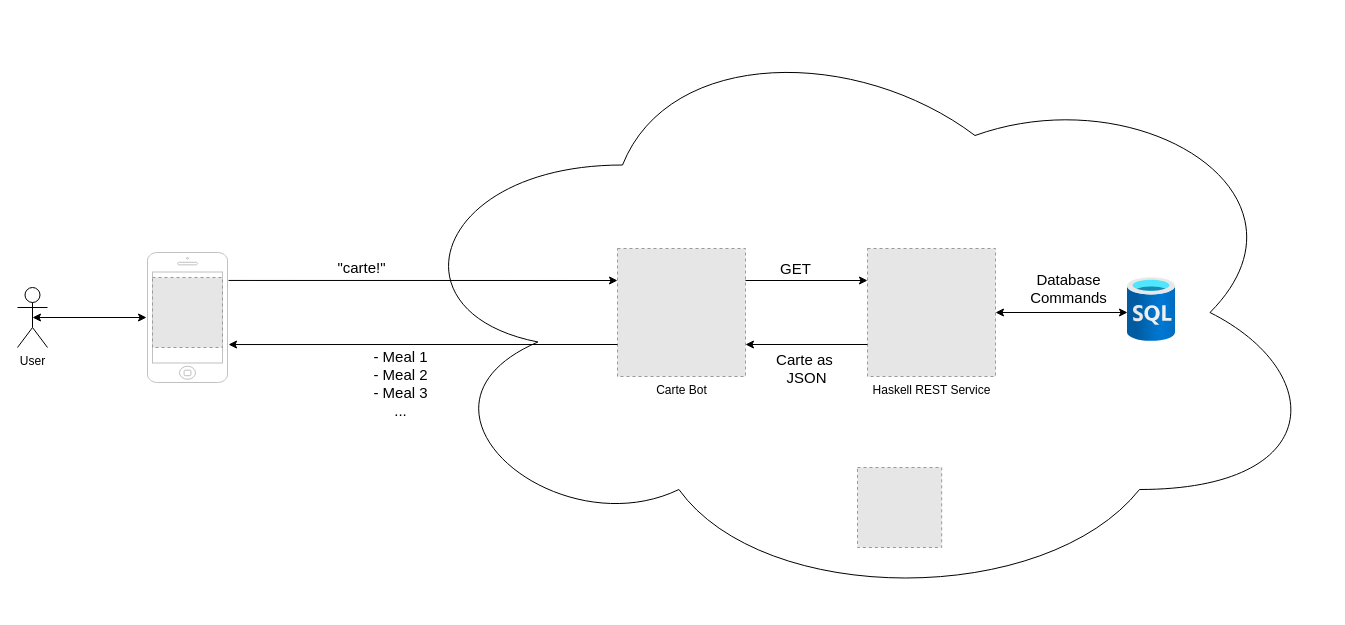
Above: page "Overall" (1 of 2) of architecture/Architecture.drawio in kaewik/carte (draw.io), before the change. Source tidied: cells renumbered, new cells numbered last; positions are measured from the earlier drawing's top-left corner, leaving out a move shared by most shapes. Both pictures are drawn from the tidied source at 100%, with x=0, y=0 at pixel (17, 17). Pictures stored in the file or linked from it are replaced by grey dashed boxes.
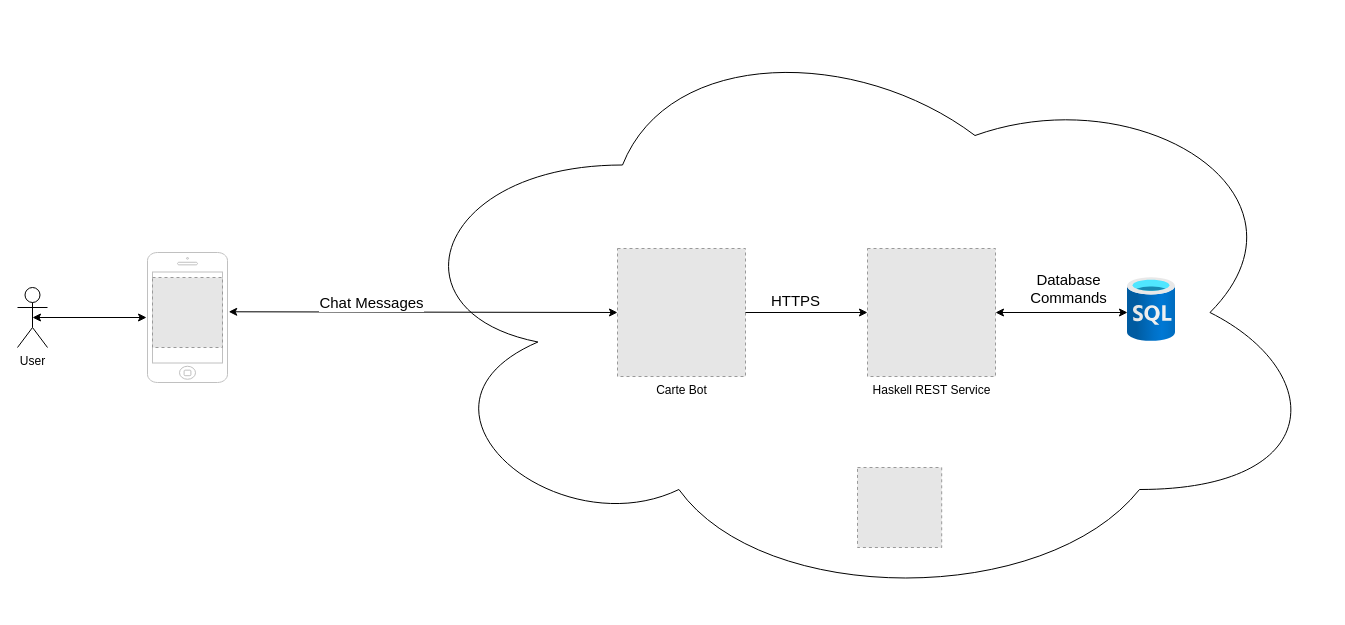
The same page after the edit.

Commit message:
Updated architecture with use case for rejecting a meal

Unchanged cells that the change refers to:
```xml
<mxCell id="4" style="html=1;verticalLabelPosition=bottom;labelBackgroundColor=#ffffff;verticalAlign=top;shadow=0;dashed=0;strokeWidth=1;shape=mxgraph.ios7.misc.iphone;strokeColor=#c0c0c0;" parent="1" vertex="1">
  <mxGeometry x="130" y="235" width="80" height="130" as="geometry" />
</mxCell>
<mxCell id="6" value="Carte Bot" style="fillColor=#E6E6E6;strokeColor=#999999;dashed=1;html=1;verticalAlign=top;verticalLabelPosition=bottom;labelBackgroundColor=#ffffff;" parent="1" vertex="1">
  <mxGeometry x="600" y="231" width="128" height="128" as="geometry" />
</mxCell>
<mxCell id="9" value="Haskell REST Service" style="fillColor=#E6E6E6;strokeColor=#999999;dashed=1;html=1;verticalAlign=top;verticalLabelPosition=bottom;labelBackgroundColor=#ffffff;" parent="1" vertex="1">
  <mxGeometry x="850" y="231" width="128" height="128" as="geometry" />
</mxCell>
```

Change to the diagram source:
```diff
@@
-    <mxCell id="7" style="endArrow=classic;html=1;rounded=0;exitX=1.013;exitY=0.215;exitDx=0;exitDy=0;exitPerimeter=0;entryX=0;entryY=0.25;entryDx=0;entryDy=0;" parent="1" edge="1" source="4" target="6">
+    <mxCell id="7" style="endArrow=classic;html=1;rounded=0;exitX=1.015;exitY=0.456;exitDx=0;exitDy=0;exitPerimeter=0;startArrow=classic;startFill=1;entryX=0;entryY=0.5;entryDx=0;entryDy=0;" parent="1" edge="1" source="4" target="6">
       <mxGeometry relative="1" as="geometry" />
     </mxCell>
-    <mxCell id="8" value="&quot;carte!&quot;" style="edgeLabel;html=1;align=center;verticalAlign=middle;fontSize=15;" parent="7" vertex="1">
-      <mxGeometry x="-0.44" y="2" relative="1" as="geometry">
-        <mxPoint x="23" y="-11" as="offset" />
-      </mxGeometry>
-    </mxCell>
+    <mxCell id="21" value="Chat Messages" style="edgeLabel;html=1;align=center;verticalAlign=middle;fontSize=15;" parent="7" vertex="1">
+      <mxGeometry x="-0.27" y="1" relative="1" as="geometry">
+        <mxPoint y="-9" as="offset" />
+      </mxGeometry>
+    </mxCell>
@@
-    <mxCell id="10" style="endArrow=classic;html=1;rounded=0;exitX=1;exitY=0.25;exitDx=0;exitDy=0;entryX=0;entryY=0.25;entryDx=0;entryDy=0;" parent="1" edge="1" source="6" target="9">
+    <mxCell id="10" style="endArrow=classic;html=1;rounded=0;exitX=1;exitY=0.5;exitDx=0;exitDy=0;entryX=0;entryY=0.5;entryDx=0;entryDy=0;" parent="1" edge="1" source="6" target="9">
       <mxGeometry relative="1" as="geometry" />
     </mxCell>
-    <mxCell id="11" value="GET" style="edgeLabel;html=1;align=center;verticalAlign=middle;fontSize=15;" parent="10" vertex="1">
+    <mxCell id="11" value="HTTPS" style="edgeLabel;html=1;align=center;verticalAlign=middle;fontSize=15;" parent="10" vertex="1">
       <mxGeometry x="-0.2" y="4" relative="1" as="geometry">
         <mxPoint y="-9" as="offset" />
       </mxGeometry>
     </mxCell>
@@
-    <mxCell id="16" style="endArrow=classic;html=1;rounded=0;fontSize=15;exitX=0;exitY=0.75;exitDx=0;exitDy=0;entryX=1;entryY=0.75;entryDx=0;entryDy=0;" parent="1" edge="1" source="9" target="6">
-      <mxGeometry relative="1" as="geometry" />
-    </mxCell>
-    <mxCell id="17" value="Carte as&amp;nbsp;&lt;br&gt;JSON" style="edgeLabel;html=1;align=center;verticalAlign=middle;fontSize=15;" parent="16" vertex="1">
-      <mxGeometry x="0.02" y="3" relative="1" as="geometry">
-        <mxPoint y="20" as="offset" />
-      </mxGeometry>
-    </mxCell>
-    <mxCell id="18" style="endArrow=classic;html=1;rounded=0;fontSize=15;entryX=1.013;entryY=0.708;entryDx=0;entryDy=0;entryPerimeter=0;exitX=0;exitY=0.75;exitDx=0;exitDy=0;" parent="1" edge="1" source="6" target="4">
-      <mxGeometry relative="1" as="geometry" />
-    </mxCell>
-    <mxCell id="19" value="- Meal 1&lt;br&gt;- Meal 2&lt;br&gt;- Meal 3&lt;br&gt;..." style="edgeLabel;html=1;align=center;verticalAlign=middle;fontSize=15;" parent="18" vertex="1">
-      <mxGeometry x="0.12" relative="1" as="geometry">
-        <mxPoint y="38" as="offset" />
-      </mxGeometry>
-    </mxCell>
```
